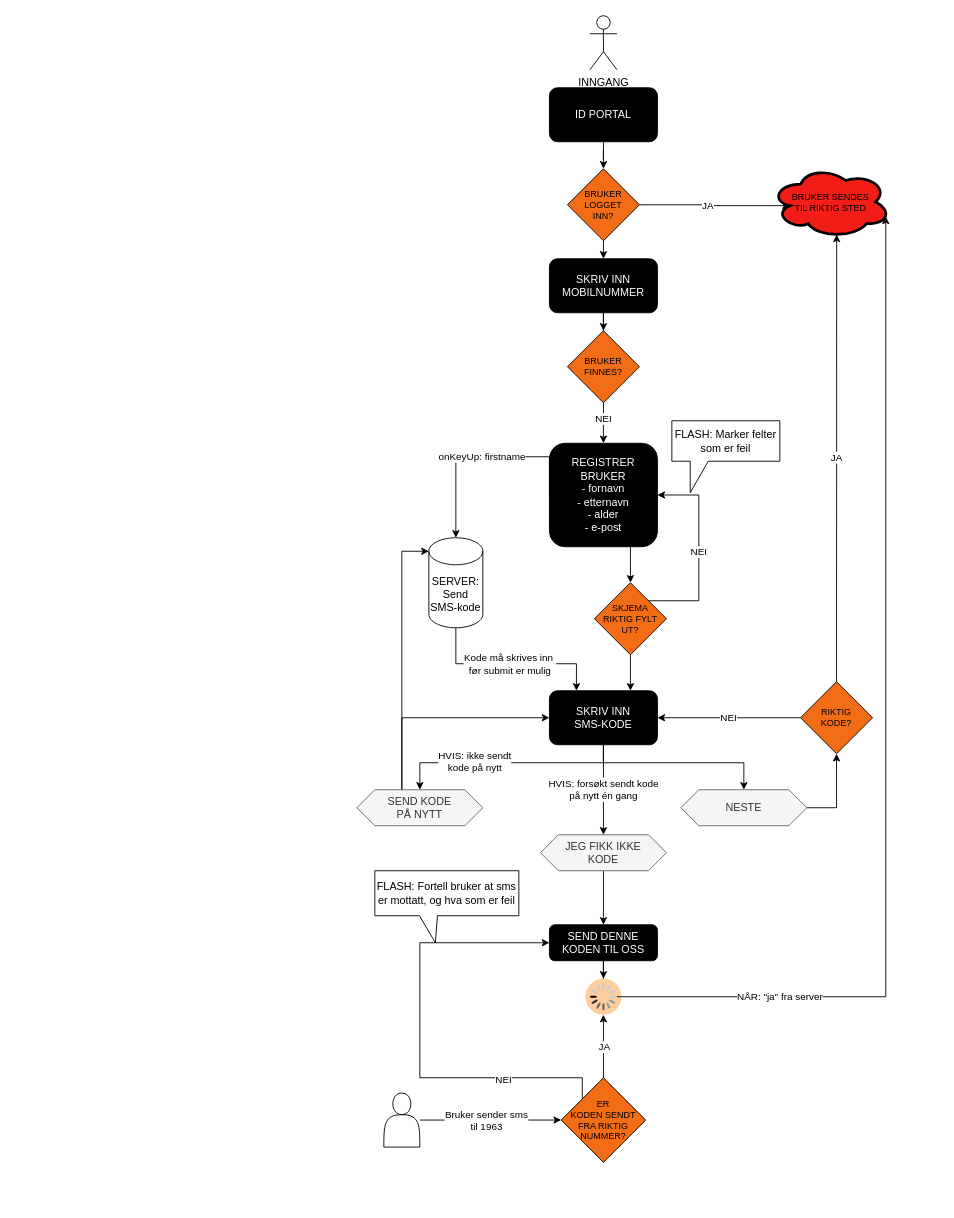
The draw.io diagram Flytskjema.drawio in UKMNorge/ID, before the edit. Source tidied: cells renumbered, new cells numbered last; positions are measured from the earlier drawing's top-left corner, leaving out a move shared by most shapes. Both pictures are drawn from the tidied source at 90%, with x=0, y=0 at pixel (356, 15).
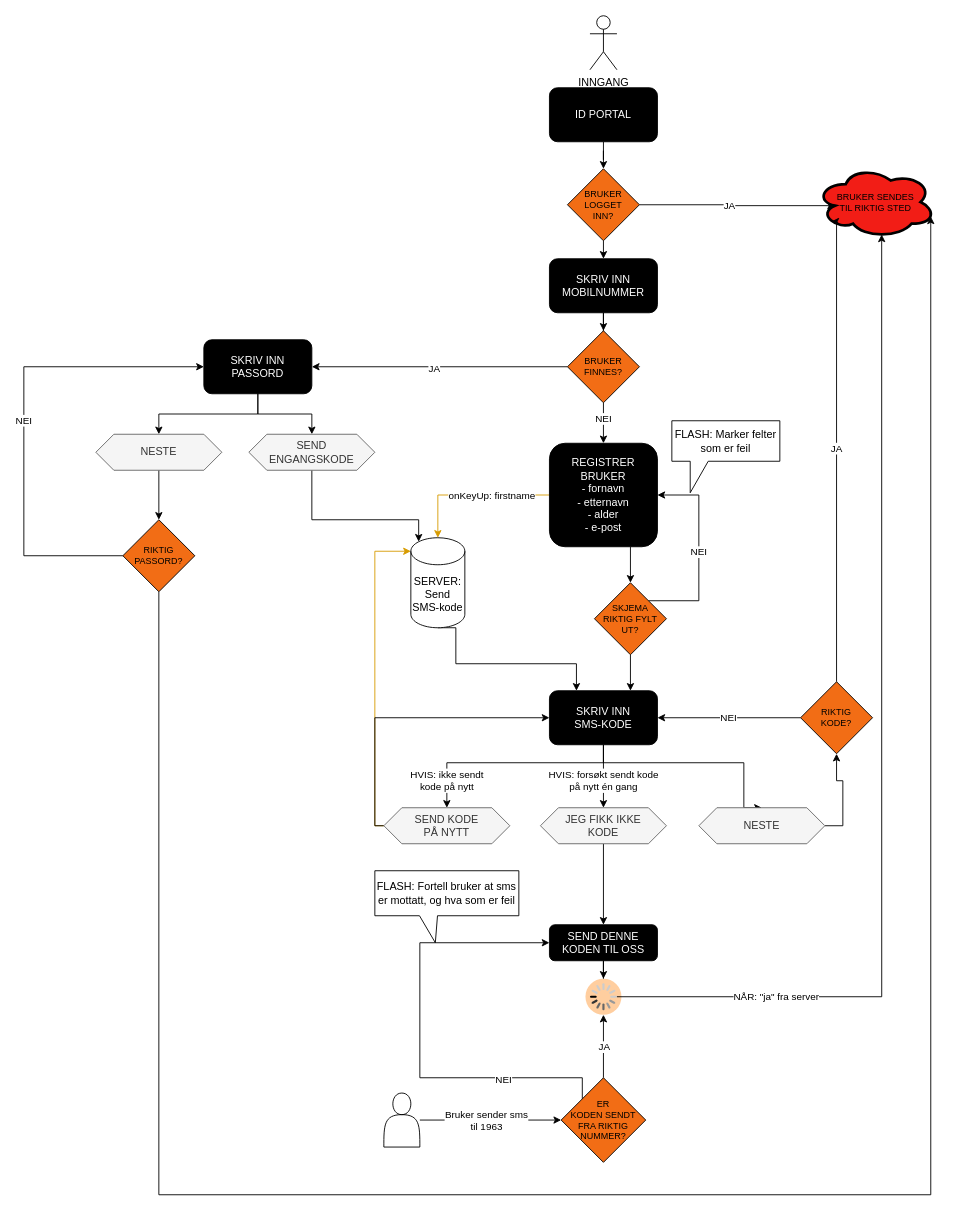
Above is the later version.

Unchanged cells that the change refers to:
```xml
<mxCell id="14" value="BRUKER FINNES?" style="rhombus;whiteSpace=wrap;html=1;fillColor=#F26D15;fontSize=10;spacing=4;" parent="1" vertex="1">
  <mxGeometry x="234" y="350" width="80" height="80" as="geometry" />
</mxCell>
<mxCell id="17" value="REGISTRER BRUKER&lt;br&gt;- fornavn&lt;br&gt;- etternavn&lt;br&gt;- alder&lt;br&gt;- e-post" style="rounded=1;whiteSpace=wrap;html=1;fillColor=#000000;fontColor=#FFFFFF;" parent="1" vertex="1">
  <mxGeometry x="214" y="475" width="120" height="115" as="geometry" />
</mxCell>
<mxCell id="22" style="edgeStyle=orthogonalEdgeStyle;rounded=0;jettySize=auto;html=1;exitX=0.5;exitY=1;exitDx=0;exitDy=0;exitPerimeter=0;entryX=0.25;entryY=0;entryDx=0;entryDy=0;" parent="1" edge="1" source="24" target="29">
  <mxGeometry relative="1" as="geometry">
    <Array as="points">
      <mxPoint x="110" y="720" />
      <mxPoint x="244" y="720" />
    </Array>
  </mxGeometry>
</mxCell>
<mxCell id="29" value="SKRIV INN&lt;br&gt;SMS-KODE" style="rounded=1;whiteSpace=wrap;html=1;fillColor=#000000;fontColor=#FFFFFF;" parent="1" vertex="1">
  <mxGeometry x="214" y="750" width="120" height="60" as="geometry" />
</mxCell>
<mxCell id="32" value="RIKTIG&lt;br&gt;KODE?" style="rhombus;whiteSpace=wrap;html=1;fillColor=#F26D15;fontSize=10;spacing=4;" parent="1" vertex="1">
  <mxGeometry x="493" y="740" width="80" height="80" as="geometry" />
</mxCell>
<mxCell id="51" style="html=1;verticalLabelPosition=bottom;labelBackgroundColor=#ffffff;verticalAlign=top;shadow=0;dashed=0;strokeWidth=2;shape=mxgraph.ios7.misc.loading_circle;" parent="49" vertex="1">
  <mxGeometry x="5" y="5" width="30" height="30" as="geometry" />
</mxCell>
```

Diff of the diagram source:
```diff
@@
     <mxCell id="9" value="&lt;font color=&quot;#000000&quot;&gt;BRUKER SENDES TIL RIKTIG STED&lt;/font&gt;" style="ellipse;shape=cloud;whiteSpace=wrap;html=1;strokeWidth=3;fontSize=10;fontColor=#F26D15;align=center;spacing=13;spacingLeft=5;spacingRight=5;fillColor=#F21D16;" parent="1" vertex="1">
-      <mxGeometry x="460" y="167" width="133" height="80" as="geometry" />
+      <mxGeometry x="510" y="167" width="133" height="80" as="geometry" />
     </mxCell>
@@
+    <mxCell id="54" style="edgeStyle=orthogonalEdgeStyle;rounded=0;jettySize=auto;html=1;entryX=1;entryY=0.5;entryDx=0;entryDy=0;" parent="1" edge="1" source="14" target="58">
+      <mxGeometry relative="1" as="geometry" />
+    </mxCell>
+    <mxCell id="55" value="JA" style="edgeLabel;html=1;align=center;verticalAlign=middle;" parent="54" vertex="1">
+      <mxGeometry x="0.05" y="1" relative="1" as="geometry" />
+    </mxCell>
@@
-    <mxCell id="16" value="onKeyUp: firstname" style="edgeStyle=orthogonalEdgeStyle;rounded=0;jettySize=auto;html=1;exitX=0;exitY=0.5;exitDx=0;exitDy=0;" parent="1" edge="1" source="17" target="24">
-      <mxGeometry relative="1" as="geometry">
+    <mxCell id="16" value="onKeyUp: firstname" style="edgeStyle=orthogonalEdgeStyle;rounded=0;jettySize=auto;html=1;exitX=0;exitY=0.5;exitDx=0;exitDy=0;fillColor=#ffe6cc;strokeColor=#d79b00;" parent="1" edge="1" source="17">
+      <mxGeometry x="-0.25" relative="1" as="geometry">
+        <mxPoint x="90" y="580" as="targetPoint" />
         <Array as="points">
-          <mxPoint x="214" y="490" />
-          <mxPoint x="110" y="490" />
+          <mxPoint x="90" y="533" />
         </Array>
       </mxGeometry>
     </mxCell>
@@
-    <mxCell id="23" value="Kode må skrives inn&amp;nbsp;&lt;br&gt;før submit er mulig" style="edgeLabel;html=1;align=center;verticalAlign=middle;" parent="22" vertex="1">
-      <mxGeometry x="0.02" y="-1" relative="1" as="geometry">
-        <mxPoint x="-4.2" y="-1" as="offset" />
-      </mxGeometry>
-    </mxCell>
     <mxCell id="24" value="SERVER:&lt;br&gt;Send SMS-kode" style="shape=cylinder3;whiteSpace=wrap;html=1;boundedLbl=1;backgroundOutline=1;size=15;" parent="1" vertex="1">
-      <mxGeometry x="80" y="580" width="60" height="100" as="geometry" />
+      <mxGeometry x="60" y="580" width="60" height="100" as="geometry" />
     </mxCell>
@@
-    <mxCell id="26" style="edgeStyle=orthogonalEdgeStyle;rounded=0;jettySize=auto;html=1;entryX=0.5;entryY=0;entryDx=0;entryDy=0;" parent="1" edge="1" source="29" target="35">
-      <mxGeometry relative="1" as="geometry">
-        <Array as="points">
-          <mxPoint x="274" y="830" />
-          <mxPoint x="70" y="830" />
-        </Array>
-      </mxGeometry>
-    </mxCell>
+    <mxCell id="28" value="HVIS: forsøkt sendt kode&lt;br&gt;på nytt én gang" style="edgeStyle=orthogonalEdgeStyle;rounded=0;jettySize=auto;html=1;entryX=0.5;entryY=0;entryDx=0;entryDy=0;" parent="1" edge="1" source="29" target="39">
+      <mxGeometry x="0.14" relative="1" as="geometry" />
+    </mxCell>
-    <mxCell id="27" value="HVIS: ikke sendt&lt;br&gt;kode på nytt" style="edgeLabel;html=1;align=center;verticalAlign=middle;" parent="26" vertex="1">
-      <mxGeometry x="0.16" y="-2" relative="1" as="geometry">
-        <mxPoint x="-16.5" as="offset" />
+    <mxCell id="27" value="HVIS: ikke sendt&lt;br&gt;kode på nytt" style="edgeStyle=orthogonalEdgeStyle;rounded=0;jettySize=auto;html=1;entryX=0.5;entryY=0;entryDx=0;entryDy=0;" parent="1" edge="1" source="29" target="35">
+      <mxGeometry x="0.75" relative="1" as="geometry">
+        <Array as="points">
+          <mxPoint x="274" y="830" />
+          <mxPoint x="100" y="830" />
+        </Array>
       </mxGeometry>
     </mxCell>
-    <mxCell id="28" value="HVIS: forsøkt sendt kode&lt;br&gt;på nytt én gang" style="edgeStyle=orthogonalEdgeStyle;rounded=0;jettySize=auto;html=1;entryX=0.5;entryY=0;entryDx=0;entryDy=0;" parent="1" edge="1" source="29" target="39">
-      <mxGeometry relative="1" as="geometry" />
-    </mxCell>
@@
-    <mxCell id="30" value="JA" style="edgeStyle=orthogonalEdgeStyle;rounded=0;jettySize=auto;html=1;exitX=0.5;exitY=0;exitDx=0;exitDy=0;entryX=0.55;entryY=0.95;entryDx=0;entryDy=0;entryPerimeter=0;" parent="1" edge="1" source="32" target="9">
+    <mxCell id="30" value="JA" style="edgeStyle=orthogonalEdgeStyle;rounded=0;jettySize=auto;html=1;exitX=0.5;exitY=0;exitDx=0;exitDy=0;entryX=0.13;entryY=0.77;entryDx=0;entryDy=0;entryPerimeter=0;" parent="1" edge="1" source="32" target="9">
       <mxGeometry relative="1" as="geometry">
         <Array as="points">
-          <mxPoint x="533" y="740" />
+          <mxPoint x="533" y="229" />
         </Array>
       </mxGeometry>
     </mxCell>
@@
+    <mxCell id="34" style="edgeStyle=orthogonalEdgeStyle;rounded=0;jettySize=auto;html=1;entryX=0;entryY=0;entryDx=0;entryDy=15;entryPerimeter=0;fillColor=#ffe6cc;strokeColor=#d79b00;" parent="1" edge="1" source="35" target="24">
+      <mxGeometry relative="1" as="geometry">
+        <Array as="points">
+          <mxPoint x="20" y="900" />
+          <mxPoint x="20" y="595" />
+        </Array>
+      </mxGeometry>
+    </mxCell>
     <mxCell id="33" style="edgeStyle=orthogonalEdgeStyle;rounded=0;jettySize=auto;html=1;entryX=0;entryY=0.5;entryDx=0;entryDy=0;" parent="1" edge="1" source="35" target="29">
       <mxGeometry relative="1" as="geometry">
         <Array as="points">
-          <mxPoint x="50" y="780" />
+          <mxPoint x="20" y="900" />
+          <mxPoint x="20" y="780" />
         </Array>
       </mxGeometry>
     </mxCell>
-    <mxCell id="34" style="edgeStyle=orthogonalEdgeStyle;rounded=0;jettySize=auto;html=1;exitX=0;exitY=0.5;exitDx=0;exitDy=0;entryX=0;entryY=0;entryDx=0;entryDy=15;entryPerimeter=0;" parent="1" edge="1" source="35" target="24">
-      <mxGeometry relative="1" as="geometry">
-        <Array as="points">
-          <mxPoint x="50" y="595" />
-        </Array>
-      </mxGeometry>
-    </mxCell>
     <mxCell id="35" value="SEND KODE&lt;br&gt;PÅ NYTT" style="shape=hexagon;perimeter=hexagonPerimeter2;whiteSpace=wrap;html=1;fixedSize=1;fillColor=#f5f5f5;strokeColor=#666666;fontColor=#333333;" parent="1" vertex="1">
-      <mxGeometry y="860" width="140" height="40" as="geometry" />
+      <mxGeometry x="30" y="880" width="140" height="40" as="geometry" />
     </mxCell>
@@
     <mxCell id="37" value="NESTE" style="shape=hexagon;perimeter=hexagonPerimeter2;whiteSpace=wrap;html=1;fixedSize=1;fillColor=#f5f5f5;strokeColor=#666666;fontColor=#333333;" parent="1" vertex="1">
-      <mxGeometry x="360" y="860" width="140" height="40" as="geometry" />
+      <mxGeometry x="380" y="880" width="140" height="40" as="geometry" />
     </mxCell>
@@
     <mxCell id="39" value="JEG FIKK IKKE&lt;br&gt;KODE" style="shape=hexagon;perimeter=hexagonPerimeter2;whiteSpace=wrap;html=1;fixedSize=1;fillColor=#f5f5f5;strokeColor=#666666;fontColor=#333333;" parent="1" vertex="1">
-      <mxGeometry x="204" y="910" width="140" height="40" as="geometry" />
+      <mxGeometry x="204" y="880" width="140" height="40" as="geometry" />
     </mxCell>
@@
-    <mxCell id="52" value="NÅR: &quot;ja&quot; fra server" style="edgeStyle=orthogonalEdgeStyle;rounded=0;jettySize=auto;html=1;entryX=0.96;entryY=0.7;entryDx=0;entryDy=0;entryPerimeter=0;" parent="1" edge="1" source="51" target="9">
+    <mxCell id="52" value="NÅR: &quot;ja&quot; fra server" style="edgeStyle=orthogonalEdgeStyle;rounded=0;jettySize=auto;html=1;entryX=0.55;entryY=0.95;entryDx=0;entryDy=0;entryPerimeter=0;" parent="1" edge="1" source="51" target="9">
       <mxGeometry x="-0.69" relative="1" as="geometry" />
     </mxCell>
@@
+    <mxCell id="56" style="edgeStyle=orthogonalEdgeStyle;rounded=0;jettySize=auto;html=1;" parent="1" edge="1" source="58" target="64">
+      <mxGeometry relative="1" as="geometry" />
+    </mxCell>
+    <mxCell id="57" style="edgeStyle=orthogonalEdgeStyle;rounded=0;jettySize=auto;html=1;entryX=0.5;entryY=0;entryDx=0;entryDy=0;" parent="1" edge="1" source="58" target="66">
+      <mxGeometry relative="1" as="geometry" />
+    </mxCell>
+    <mxCell id="58" value="SKRIV INN PASSORD" style="rounded=1;whiteSpace=wrap;html=1;fillColor=#000000;fontColor=#FFFFFF;" parent="1" vertex="1">
+      <mxGeometry x="-170" y="360" width="120" height="60" as="geometry" />
+    </mxCell>
+    <mxCell id="59" style="edgeStyle=orthogonalEdgeStyle;rounded=0;jettySize=auto;html=1;exitX=0.5;exitY=1;exitDx=0;exitDy=0;entryX=0.5;entryY=0;entryDx=0;entryDy=0;" parent="1" edge="1" source="66" target="62">
+      <mxGeometry relative="1" as="geometry" />
+    </mxCell>
+    <mxCell id="60" value="NEI" style="edgeStyle=orthogonalEdgeStyle;rounded=0;jettySize=auto;html=1;entryX=0;entryY=0.5;entryDx=0;entryDy=0;" parent="1" edge="1" source="62" target="58">
+      <mxGeometry relative="1" as="geometry">
+        <Array as="points">
+          <mxPoint x="-370" y="600" />
+          <mxPoint x="-370" y="390" />
+        </Array>
+      </mxGeometry>
+    </mxCell>
+    <mxCell id="61" style="edgeStyle=orthogonalEdgeStyle;rounded=0;jettySize=auto;html=1;entryX=0.96;entryY=0.7;entryDx=0;entryDy=0;entryPerimeter=0;" parent="1" edge="1" source="62" target="9">
+      <mxGeometry relative="1" as="geometry">
+        <Array as="points">
+          <mxPoint x="-220" y="1310" />
+          <mxPoint x="638" y="1310" />
+        </Array>
+      </mxGeometry>
+    </mxCell>
+    <mxCell id="62" value="RIKTIG&lt;br&gt;PASSORD?" style="rhombus;whiteSpace=wrap;html=1;fillColor=#F26D15;fontSize=10;spacing=4;" parent="1" vertex="1">
+      <mxGeometry x="-260" y="560" width="80" height="80" as="geometry" />
+    </mxCell>
+    <mxCell id="63" style="edgeStyle=orthogonalEdgeStyle;rounded=0;jettySize=auto;html=1;entryX=0.145;entryY=0;entryDx=0;entryDy=4.35;entryPerimeter=0;" parent="1" edge="1" source="64" target="24">
+      <mxGeometry relative="1" as="geometry">
+        <Array as="points">
+          <mxPoint x="-50" y="560" />
+          <mxPoint x="69" y="560" />
+        </Array>
+      </mxGeometry>
+    </mxCell>
+    <mxCell id="64" value="SEND&lt;br&gt;ENGANGSKODE" style="shape=hexagon;perimeter=hexagonPerimeter2;whiteSpace=wrap;html=1;fixedSize=1;fillColor=#f5f5f5;strokeColor=#666666;fontColor=#333333;" parent="1" vertex="1">
+      <mxGeometry x="-120" y="465" width="140" height="40" as="geometry" />
+    </mxCell>
+    <mxCell id="65" style="edgeStyle=orthogonalEdgeStyle;rounded=0;orthogonalLoop=1;jettySize=auto;html=1;exitX=0.5;exitY=1;exitDx=0;exitDy=0;entryX=0.5;entryY=0.833;entryDx=0;entryDy=0;entryPerimeter=0;" parent="1" edge="1" source="58" target="58">
+      <mxGeometry relative="1" as="geometry" />
+    </mxCell>
+    <mxCell id="66" value="NESTE" style="shape=hexagon;perimeter=hexagonPerimeter2;whiteSpace=wrap;html=1;fixedSize=1;fillColor=#f5f5f5;strokeColor=#666666;fontColor=#333333;" parent="1" vertex="1">
+      <mxGeometry x="-290" y="465" width="140" height="40" as="geometry" />
+    </mxCell>
```
